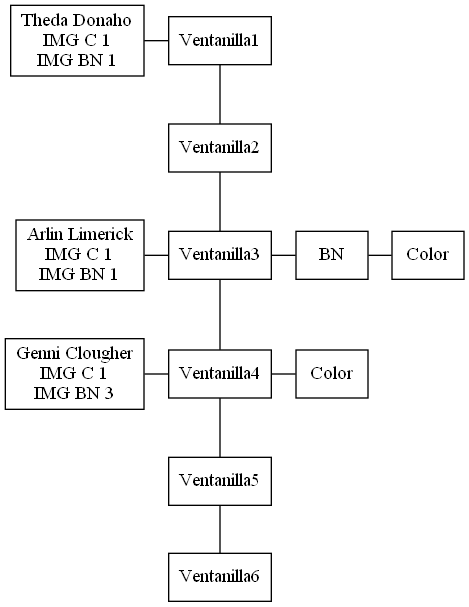
Earlier version of the Graphviz export Fase1/listaVentanillas.png (d-acetun/simulacion-sistema-impresion-de-imagenes). Its source is kept beside it as Fase1/listaVentanillas.dot.
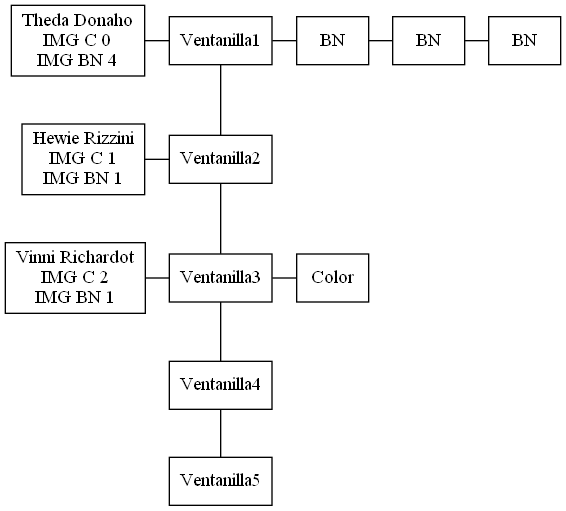
After the change.

Change to the diagram source:
```diff
@@ -2,32 +2,33 @@
 node[shape=box]
 edge[arrowhead=none]
 0 [label=Ventanilla1]
-1 [label="Theda Donaho\nIMG C 1\nIMG BN 1"]
-2 [label=Ventanilla2]
-3 [label=Ventanilla3]
-4 [label="Arlin Limerick\nIMG C 1\nIMG BN 1"]
-5[label=BN]
-6[label=Color]
-7 [label=Ventanilla4]
-8 [label="Genni Clougher\nIMG C 1\nIMG BN 3"]
+1 [label="Theda Donaho\nIMG C 0\nIMG BN 4"]
+2[label=BN]
+3[label=BN]
+4[label=BN]
+5 [label=Ventanilla2]
+6 [label="Hewie Rizzini\nIMG C 1\nIMG BN 1"]
+7 [label=Ventanilla3]
+8 [label="Vinni Richardot\nIMG C 2\nIMG BN 1"]
 9[label=Color]
-10 [label=Ventanilla5]
-11 [label=Ventanilla6]
+10 [label=Ventanilla4]
+11 [label=Ventanilla5]
 1->0
 0->2
 2->3
-4->3
-3->5
-5->6
-3->7
+3->4
+0->5
+6->5
+5->7
 8->7
 7->9
 7->10
 10->11
 {rank=same; 1; 0}
-{rank=same; 4; 3}
-{rank=same; 3; 5}
-{rank=same; 5; 6}
+{rank=same; 0; 2}
+{rank=same; 2; 3}
+{rank=same; 3; 4}
+{rank=same; 6; 5}
 {rank=same; 8; 7}
 {rank=same; 7; 9}
 rankdir=TB
```
